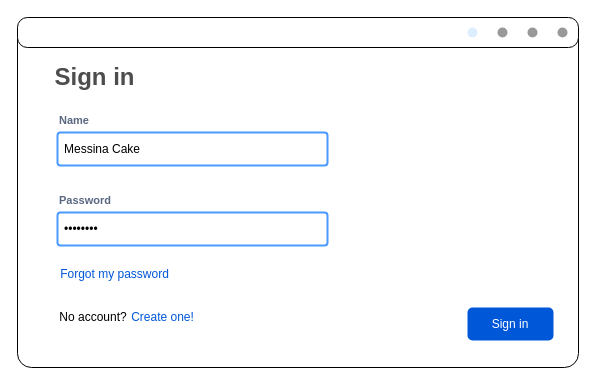
Before: page "Page-0" (1 of 8) of doc/draft/Math-Project_Mockup.drawio in Erase01/Math-Project, a draw.io diagram. Source tidied: cells renumbered, new cells numbered last; positions are measured from the earlier drawing's top-left corner, leaving out a move shared by most shapes. Both pictures are drawn from the tidied source at 100%, with x=0, y=0 at pixel (17, 17).
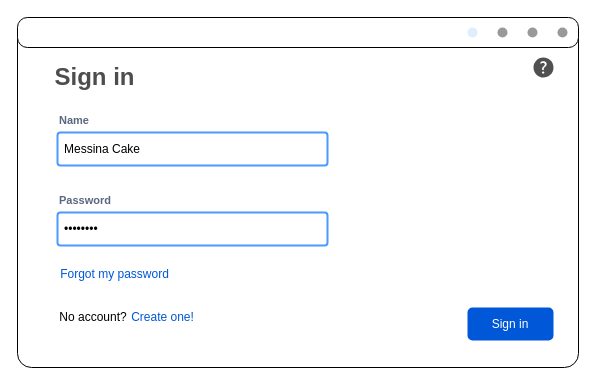
After the change.

Diff of the diagram source:
```diff
@@
 <mxGraphModel>
   <root>
     <mxCell id="0" />
     <mxCell id="1" parent="0" />
     <mxCell id="2" style="rounded=1;whiteSpace=wrap;html=1;arcSize=4;" parent="1" vertex="1">
       <mxGeometry width="561" height="350" as="geometry" />
     </mxCell>
     <mxCell id="3" style="rounded=1;whiteSpace=wrap;html=1;arcSize=33;" parent="1" vertex="1">
       <mxGeometry width="561" height="30" as="geometry" />
     </mxCell>
     <mxCell id="4" style="verticalLabelPosition=bottom;shadow=0;dashed=0;align=center;html=1;verticalAlign=top;strokeWidth=1;shape=mxgraph.mockup.navigation.pageControl;fillColor=#999999;strokeColor=#ddeeff;" parent="1" vertex="1">
       <mxGeometry x="450" width="100" height="30" as="geometry" />
     </mxCell>
     <mxCell id="5" value="Password" style="fillColor=none;strokeColor=none;html=1;fontSize=11;fontStyle=0;align=left;fontColor=#596780;fontStyle=1;fontSize=11;" parent="1" vertex="1">
       <mxGeometry x="40" y="173" width="240" height="20" as="geometry" />
     </mxCell>
     <mxCell id="6" value="&amp;#8226;&amp;#8226;&amp;#8226;&amp;#8226;&amp;#8226;&amp;#8226;&amp;#8226;&amp;#8226;" style="rounded=1;arcSize=9;align=left;spacingLeft=5;strokeColor=#4C9AFF;html=1;strokeWidth=2;fontSize=12;" parent="1" vertex="1">
       <mxGeometry x="40" y="195" width="270" height="33" as="geometry" />
     </mxCell>
     <mxCell id="7" value="Name" style="fillColor=none;strokeColor=none;html=1;fontSize=11;fontStyle=0;align=left;fontColor=#596780;fontStyle=1;fontSize=11;" parent="1" vertex="1">
       <mxGeometry x="40" y="93" width="240" height="20" as="geometry" />
     </mxCell>
     <mxCell id="8" value="Messina Cake" style="rounded=1;arcSize=9;align=left;spacingLeft=5;strokeColor=#4C9AFF;html=1;strokeWidth=2;fontSize=12;" parent="1" vertex="1">
       <mxGeometry x="40" y="115" width="270" height="33" as="geometry" />
     </mxCell>
     <mxCell id="9" value="&lt;font color=&quot;#4d4d4d&quot;&gt;Sign in&lt;/font&gt;" style="text;strokeColor=none;fillColor=none;html=1;fontSize=24;fontStyle=1;verticalAlign=middle;align=center;perimeterSpacing=0;shadow=0;" parent="1" vertex="1">
       <mxGeometry x="40" y="40" width="73" height="40" as="geometry" />
     </mxCell>
     <mxCell id="10" value="&lt;div&gt;Sign in&lt;/div&gt;" style="rounded=1;fillColor=#0057D8;strokeColor=none;html=1;whiteSpace=wrap;fontColor=#ffffff;align=center;verticalAlign=middle;fontStyle=0;fontSize=12;sketch=0;" parent="1" vertex="1">
       <mxGeometry x="450" y="290" width="86" height="33" as="geometry" />
     </mxCell>
     <mxCell id="11" value="&lt;div&gt;Forgot my password&lt;/div&gt;" style="fillColor=none;strokeColor=none;html=1;fontColor=#0057D8;align=center;verticalAlign=middle;fontStyle=0;fontSize=12;" parent="1" vertex="1">
       <mxGeometry x="54" y="240" width="86" height="33" as="geometry" />
     </mxCell>
     <mxCell id="12" value="No account?" style="text;html=1;strokeColor=none;fillColor=none;align=center;verticalAlign=middle;whiteSpace=wrap;rounded=0;" parent="1" vertex="1">
       <mxGeometry x="36" y="285" width="80" height="30" as="geometry" />
     </mxCell>
     <mxCell id="13" value="Create one!" style="fillColor=none;strokeColor=none;html=1;fontColor=#0057D8;align=center;verticalAlign=middle;fontStyle=0;fontSize=12;" parent="1" vertex="1">
       <mxGeometry x="102" y="283" width="86" height="33" as="geometry" />
     </mxCell>
+    <mxCell id="14" style="sketch=0;shadow=0;dashed=0;html=1;strokeColor=none;fillColor=#505050;labelPosition=center;verticalLabelPosition=bottom;verticalAlign=top;align=center;shape=mxgraph.office.concepts.help;" parent="1" vertex="1">
+      <mxGeometry x="516" y="40" width="20" height="20" as="geometry" />
+    </mxCell>
   </root>
 </mxGraphModel>
```
